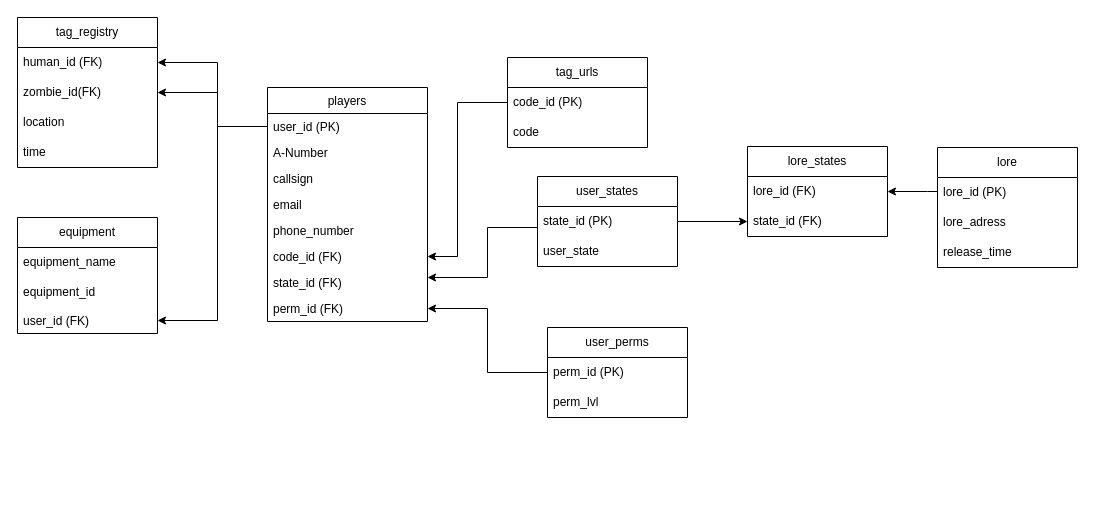
The draw.io diagram HvZ SQL outline.drawio in hutonahill/HvZ_USU_Site, before the edit. Source tidied: cells renumbered, new cells numbered last; positions are measured from the earlier drawing's top-left corner, leaving out a move shared by most shapes. Both pictures are drawn from the tidied source at 100%, with x=0, y=0 at pixel (17, 17).
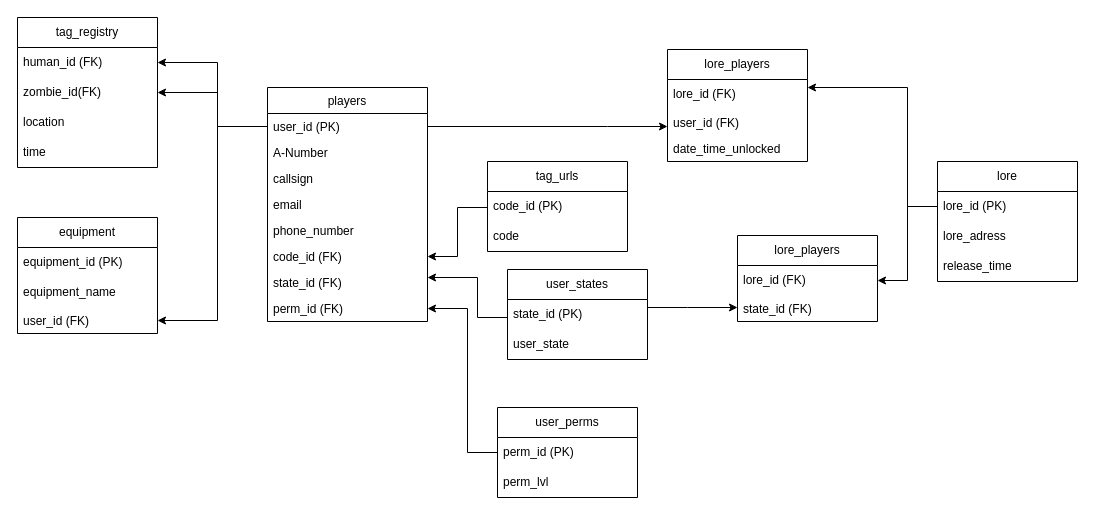
The same page after the edit.

The change refers to these unchanged cells:
```xml
<mxCell id="3" value="user_id (PK)" style="text;align=left;verticalAlign=top;spacingLeft=4;spacingRight=4;overflow=hidden;points=[[0,0.5],[1,0.5]];portConstraint=eastwest;rounded=0;shadow=0;html=0;" parent="2" vertex="1">
  <mxGeometry y="26" width="160" height="26" as="geometry" />
</mxCell>
<mxCell id="8" value="code_id (FK)" style="text;align=left;verticalAlign=top;spacingLeft=4;spacingRight=4;overflow=hidden;points=[[0,0.5],[1,0.5]];portConstraint=eastwest;rounded=0;shadow=0;html=0;" parent="2" vertex="1">
  <mxGeometry y="156" width="160" height="26" as="geometry" />
</mxCell>
<mxCell id="9" value="state_id (FK)" style="text;align=left;verticalAlign=top;spacingLeft=4;spacingRight=4;overflow=hidden;points=[[0,0.5],[1,0.5]];portConstraint=eastwest;rounded=0;shadow=0;html=0;" parent="2" vertex="1">
  <mxGeometry y="182" width="160" height="26" as="geometry" />
</mxCell>
<mxCell id="10" value="perm_id (FK)" style="text;align=left;verticalAlign=top;spacingLeft=4;spacingRight=4;overflow=hidden;points=[[0,0.5],[1,0.5]];portConstraint=eastwest;rounded=0;shadow=0;html=0;" parent="2" vertex="1">
  <mxGeometry y="208" width="160" height="26" as="geometry" />
</mxCell>
<mxCell id="12" value="code_id (PK)" style="text;strokeColor=none;fillColor=none;align=left;verticalAlign=middle;spacingLeft=4;spacingRight=4;overflow=hidden;points=[[0,0.5],[1,0.5]];portConstraint=eastwest;whiteSpace=wrap;html=1;" parent="11" vertex="1">
  <mxGeometry y="30" width="140" height="30" as="geometry" />
</mxCell>
<mxCell id="16" value="state_id (PK)" style="text;strokeColor=none;fillColor=none;align=left;verticalAlign=middle;spacingLeft=4;spacingRight=4;overflow=hidden;points=[[0,0.5],[1,0.5]];portConstraint=eastwest;whiteSpace=wrap;html=1;" parent="15" vertex="1">
  <mxGeometry y="30" width="140" height="30" as="geometry" />
</mxCell>
<mxCell id="19" value="perm_id (PK)" style="text;strokeColor=none;fillColor=none;align=left;verticalAlign=middle;spacingLeft=4;spacingRight=4;overflow=hidden;points=[[0,0.5],[1,0.5]];portConstraint=eastwest;whiteSpace=wrap;html=1;" parent="18" vertex="1">
  <mxGeometry y="30" width="140" height="30" as="geometry" />
</mxCell>
<mxCell id="31" value="lore_id (PK)" style="text;strokeColor=none;fillColor=none;align=left;verticalAlign=middle;spacingLeft=4;spacingRight=4;overflow=hidden;points=[[0,0.5],[1,0.5]];portConstraint=eastwest;whiteSpace=wrap;html=1;" parent="30" vertex="1">
  <mxGeometry y="30" width="140" height="30" as="geometry" />
</mxCell>
<mxCell id="35" value="lore_id (FK)" style="text;strokeColor=none;fillColor=none;align=left;verticalAlign=middle;spacingLeft=4;spacingRight=4;overflow=hidden;points=[[0,0.5],[1,0.5]];portConstraint=eastwest;whiteSpace=wrap;html=1;" parent="34" vertex="1">
  <mxGeometry y="30" width="140" height="30" as="geometry" />
</mxCell>
<mxCell id="39" value="equipment" style="swimlane;fontStyle=0;horizontal=1;startSize=30;whiteSpace=wrap;html=1;" parent="1" vertex="1">
  <mxGeometry y="200" width="140" height="116" as="geometry" />
</mxCell>
```

Change to the diagram source:
```diff
@@
     <mxCell id="11" value="tag_urls" style="swimlane;fontStyle=0;horizontal=1;startSize=30;whiteSpace=wrap;html=1;" parent="1" vertex="1">
-      <mxGeometry x="490" y="40" width="140" height="90" as="geometry" />
+      <mxGeometry x="470" y="144" width="140" height="90" as="geometry" />
     </mxCell>
@@
     <mxCell id="14" style="edgeStyle=orthogonalEdgeStyle;rounded=0;jettySize=auto;html=1;" parent="1" edge="1" source="15" target="9">
       <mxGeometry relative="1" as="geometry">
         <Array as="points">
-          <mxPoint x="470" y="210" />
-          <mxPoint x="470" y="260" />
+          <mxPoint x="460" y="300" />
+          <mxPoint x="460" y="260" />
         </Array>
       </mxGeometry>
     </mxCell>
     <mxCell id="15" value="user_states" style="swimlane;fontStyle=0;horizontal=1;startSize=30;whiteSpace=wrap;html=1;" parent="1" vertex="1">
-      <mxGeometry x="520" y="159" width="140" height="90" as="geometry" />
+      <mxGeometry x="490" y="252" width="140" height="90" as="geometry" />
     </mxCell>
@@
     <mxCell id="18" value="user_perms" style="swimlane;fontStyle=0;horizontal=1;startSize=30;whiteSpace=wrap;html=1;" parent="1" vertex="1">
-      <mxGeometry x="530" y="310" width="140" height="90" as="geometry" />
+      <mxGeometry x="480" y="390" width="140" height="90" as="geometry" />
     </mxCell>
@@
     <mxCell id="28" style="edgeStyle=orthogonalEdgeStyle;rounded=0;jettySize=auto;html=1;" parent="1" edge="1" source="12" target="8">
       <mxGeometry relative="1" as="geometry">
         <Array as="points">
-          <mxPoint x="440" y="85" />
+          <mxPoint x="440" y="190" />
           <mxPoint x="440" y="239" />
         </Array>
       </mxGeometry>
     </mxCell>
     <mxCell id="29" style="edgeStyle=orthogonalEdgeStyle;rounded=0;jettySize=auto;html=1;" parent="1" edge="1" source="19" target="10">
-      <mxGeometry relative="1" as="geometry" />
+      <mxGeometry relative="1" as="geometry">
+        <Array as="points">
+          <mxPoint x="450" y="435" />
+          <mxPoint x="450" y="291" />
+        </Array>
+      </mxGeometry>
     </mxCell>
     <mxCell id="30" value="lore" style="swimlane;fontStyle=0;horizontal=1;startSize=30;whiteSpace=wrap;html=1;" parent="1" vertex="1">
-      <mxGeometry x="920" y="130" width="140" height="120" as="geometry" />
+      <mxGeometry x="920" y="144" width="140" height="120" as="geometry" />
     </mxCell>
@@
-    <mxCell id="34" value="lore_states" style="swimlane;fontStyle=0;horizontal=1;startSize=30;whiteSpace=wrap;html=1;" parent="1" vertex="1">
-      <mxGeometry x="730" y="129" width="140" height="90" as="geometry" />
+    <mxCell id="34" value="lore_players" style="swimlane;fontStyle=0;horizontal=1;startSize=30;whiteSpace=wrap;html=1;" parent="1" vertex="1">
+      <mxGeometry x="650" y="32" width="140" height="112" as="geometry" />
     </mxCell>
@@
-    <mxCell id="36" value="state_id (FK)" style="text;strokeColor=none;fillColor=none;align=left;verticalAlign=middle;spacingLeft=4;spacingRight=4;overflow=hidden;points=[[0,0.5],[1,0.5]];portConstraint=eastwest;whiteSpace=wrap;html=1;" parent="34" vertex="1">
-      <mxGeometry y="60" width="140" height="30" as="geometry" />
-    </mxCell>
-    <mxCell id="37" style="edgeStyle=orthogonalEdgeStyle;rounded=0;jettySize=auto;html=1;" parent="1" edge="1" source="16" target="36">
-      <mxGeometry relative="1" as="geometry" />
-    </mxCell>
+    <mxCell id="44" value="user_id (FK)" style="text;align=left;verticalAlign=top;spacingLeft=4;spacingRight=4;overflow=hidden;points=[[0,0.5],[1,0.5]];portConstraint=eastwest;rounded=0;shadow=0;html=0;" parent="34" vertex="1">
+      <mxGeometry y="60" width="140" height="26" as="geometry" />
+    </mxCell>
+    <mxCell id="45" value="date_time_unlocked" style="text;align=left;verticalAlign=top;spacingLeft=4;spacingRight=4;overflow=hidden;rounded=0;shadow=0;html=0;" parent="34" vertex="1">
+      <mxGeometry y="86" width="140" height="26" as="geometry" />
+    </mxCell>
     <mxCell id="38" style="edgeStyle=orthogonalEdgeStyle;rounded=0;jettySize=auto;html=1;" parent="1" edge="1" source="31" target="35">
       <mxGeometry relative="1" as="geometry">
         <Array as="points">
-          <mxPoint x="910" y="174" />
-          <mxPoint x="910" y="174" />
+          <mxPoint x="890" y="189" />
+          <mxPoint x="890" y="70" />
         </Array>
       </mxGeometry>
     </mxCell>
@@
+    <mxCell id="41" value="equipment_id (PK)" style="text;strokeColor=none;fillColor=none;align=left;verticalAlign=middle;spacingLeft=4;spacingRight=4;overflow=hidden;whiteSpace=wrap;html=1;" parent="39" vertex="1">
+      <mxGeometry y="30" width="140" height="30" as="geometry" />
+    </mxCell>
     <mxCell id="40" value="equipment_name" style="text;strokeColor=none;fillColor=none;align=left;verticalAlign=middle;spacingLeft=4;spacingRight=4;overflow=hidden;whiteSpace=wrap;html=1;" parent="39" vertex="1">
-      <mxGeometry y="30" width="140" height="30" as="geometry" />
+      <mxGeometry y="60" width="140" height="30" as="geometry" />
     </mxCell>
-    <mxCell id="41" value="equipment_id" style="text;strokeColor=none;fillColor=none;align=left;verticalAlign=middle;spacingLeft=4;spacingRight=4;overflow=hidden;whiteSpace=wrap;html=1;" parent="39" vertex="1">
-      <mxGeometry y="60" width="140" height="30" as="geometry" />
-    </mxCell>
@@
+    <mxCell id="46" style="edgeStyle=orthogonalEdgeStyle;rounded=0;jettySize=auto;html=1;" parent="1" edge="1" source="3" target="44">
+      <mxGeometry relative="1" as="geometry">
+        <Array as="points">
+          <mxPoint x="590" y="109" />
+          <mxPoint x="590" y="109" />
+        </Array>
+      </mxGeometry>
+    </mxCell>
+    <mxCell id="47" value="lore_players" style="swimlane;fontStyle=0;horizontal=1;startSize=30;whiteSpace=wrap;html=1;" parent="1" vertex="1">
+      <mxGeometry x="720" y="218" width="140" height="86" as="geometry" />
+    </mxCell>
+    <mxCell id="48" value="lore_id (FK)" style="text;strokeColor=none;fillColor=none;align=left;verticalAlign=middle;spacingLeft=4;spacingRight=4;overflow=hidden;points=[[0,0.5],[1,0.5]];portConstraint=eastwest;whiteSpace=wrap;html=1;" parent="47" vertex="1">
+      <mxGeometry y="30" width="140" height="30" as="geometry" />
+    </mxCell>
+    <mxCell id="36" value="state_id (FK)" style="text;align=left;verticalAlign=top;spacingLeft=4;spacingRight=4;overflow=hidden;points=[[0,0.5],[1,0.5]];portConstraint=eastwest;rounded=0;shadow=0;html=0;" parent="47" vertex="1">
+      <mxGeometry y="60" width="140" height="26" as="geometry" />
+    </mxCell>
+    <mxCell id="49" style="edgeStyle=orthogonalEdgeStyle;rounded=0;jettySize=auto;html=1;" parent="1" edge="1" source="31" target="48">
+      <mxGeometry relative="1" as="geometry" />
+    </mxCell>
+    <mxCell id="37" style="edgeStyle=orthogonalEdgeStyle;rounded=0;jettySize=auto;html=1;" parent="1" edge="1" source="16" target="36">
+      <mxGeometry relative="1" as="geometry">
+        <Array as="points">
+          <mxPoint x="670" y="290" />
+          <mxPoint x="670" y="290" />
+        </Array>
+      </mxGeometry>
+    </mxCell>
```
